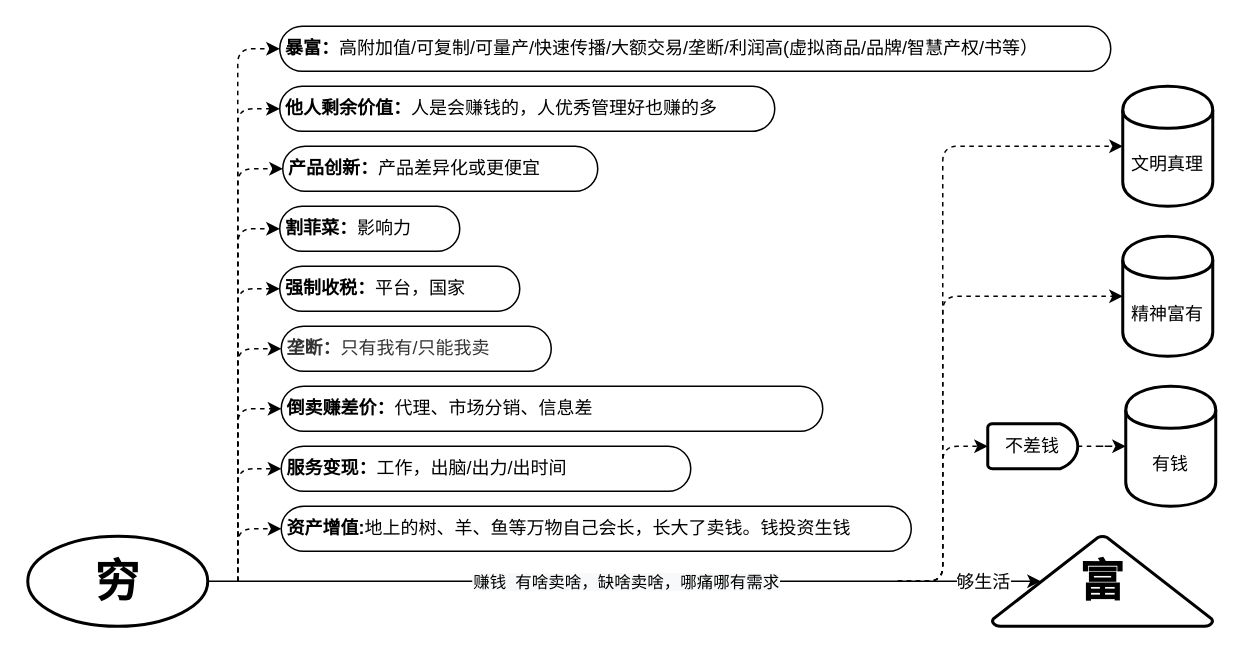
Above: page "第 4 页" (4 of 4) of 未命名绘图.drawio in chenhaothink/Test (draw.io), before the change. Source tidied: cells renumbered, new cells numbered last; positions are measured from the earlier drawing's top-left corner, leaving out a move shared by most shapes. Both pictures are drawn from the tidied source at 150%, with x=0, y=0 at pixel (27, 26).
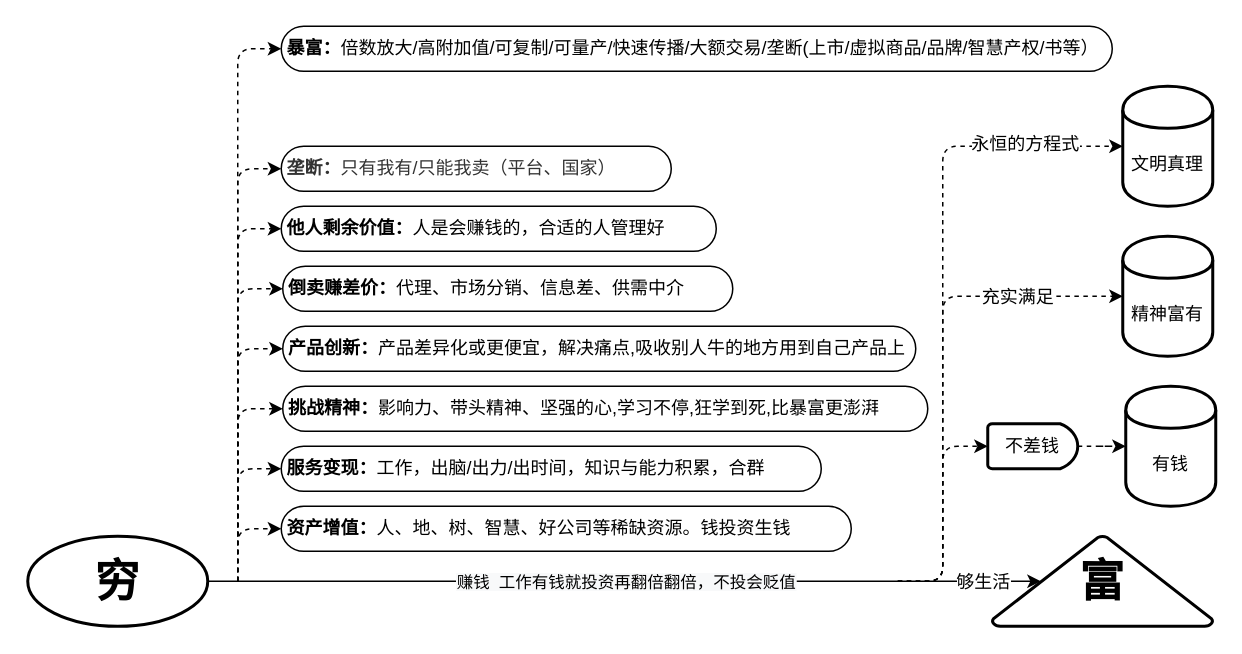
Above is the later version.

Commit message:
更新未命名绘图.drawio

The change refers to these unchanged cells:
```xml
<mxCell id="3" style="endArrow=classic;html=1;entryX=0.22;entryY=0.5;entryDx=0;entryDy=0;entryPerimeter=0;" parent="1" edge="1" target="6">
  <mxGeometry relative="1" as="geometry">
    <mxPoint x="120" y="370" as="sourcePoint" />
    <Array as="points">
      <mxPoint x="402" y="370" />
    </Array>
  </mxGeometry>
</mxCell>
<mxCell id="12" style="edgeStyle=elbowEdgeStyle;elbow=horizontal;endArrow=classic;html=1;fontSize=30;dashed=1;entryX=0;entryY=0.5;entryDx=0;entryDy=0;" parent="1" edge="1" target="11">
  <mxGeometry relative="1" as="geometry">
    <mxPoint x="580" y="370" as="sourcePoint" />
    <Array as="points">
      <mxPoint x="610" y="280" />
      <mxPoint x="620" y="180" />
    </Array>
  </mxGeometry>
</mxCell>
<mxCell id="17" style="edgeStyle=elbowEdgeStyle;elbow=horizontal;endArrow=classic;html=1;fontSize=30;dashed=1;entryX=0;entryY=0.5;entryDx=0;entryDy=0;" parent="1" edge="1" target="13">
  <mxGeometry relative="1" as="geometry">
    <mxPoint x="580" y="370" as="sourcePoint" />
    <Array as="points">
      <mxPoint x="610" y="220" />
      <mxPoint x="610" y="280" />
      <mxPoint x="620" y="180" />
    </Array>
  </mxGeometry>
</mxCell>
```

The edit, as a diff of the source:
```diff
@@
-    <mxCell id="4" value="&lt;span style=&quot;background-color: rgb(248 , 249 , 250)&quot;&gt;赚钱&amp;nbsp; 有啥卖啥，缺啥卖啥，哪痛哪有需求&lt;/span&gt;" style="edgeLabel;html=1;align=center;verticalAlign=middle;" parent="3" vertex="1">
+    <mxCell id="4" value="&lt;span style=&quot;background-color: rgb(248 , 249 , 250)&quot;&gt;赚钱&amp;nbsp; 工作有钱就投资再&lt;/span&gt;&lt;span style=&quot;background-color: rgb(248 , 249 , 250)&quot;&gt;翻倍&lt;/span&gt;&lt;span style=&quot;background-color: rgb(248 , 249 , 250)&quot;&gt;翻倍，不投会贬值&lt;/span&gt;" style="edgeLabel;html=1;align=center;verticalAlign=middle;" parent="3" vertex="1">
       <mxGeometry relative="1" as="geometry" />
     </mxCell>
@@
+    <mxCell id="33" value="充实满足" style="edgeLabel;html=1;align=center;verticalAlign=middle;fontSize=12;" parent="12" vertex="1">
+      <mxGeometry x="0.58" relative="1" as="geometry" />
+    </mxCell>
@@
-    <mxCell id="14" value="&lt;div&gt;&lt;font style=&quot;font-size: 12px&quot;&gt;&lt;font color=&quot;#333333&quot; face=&quot;arial, sans-serif&quot;&gt;&lt;b&gt;垄断：&lt;/b&gt;只有我有/只能我卖&lt;/font&gt;&lt;/font&gt;&lt;/div&gt;" style="whiteSpace=wrap;html=1;rounded=1;arcSize=50;align=left;verticalAlign=middle;strokeWidth=1;spacing=4;newEdgeStyle={&quot;edgeStyle&quot;:&quot;entityRelationEdgeStyle&quot;,&quot;startArrow&quot;:&quot;none&quot;,&quot;endArrow&quot;:&quot;none&quot;,&quot;segment&quot;:10,&quot;curved&quot;:1};fontSize=12;" parent="1" vertex="1" collapsed="1">
-      <mxGeometry x="169" y="200" width="180" height="30" as="geometry" />
+    <mxCell id="14" value="&lt;div&gt;&lt;font style=&quot;font-size: 12px&quot;&gt;&lt;font color=&quot;#333333&quot; face=&quot;arial, sans-serif&quot;&gt;&lt;b&gt;垄断：&lt;/b&gt;只有我有/只能我卖（平台、国家）&lt;/font&gt;&lt;/font&gt;&lt;/div&gt;" style="whiteSpace=wrap;html=1;rounded=1;arcSize=50;align=left;verticalAlign=middle;strokeWidth=1;spacing=4;newEdgeStyle={&quot;edgeStyle&quot;:&quot;entityRelationEdgeStyle&quot;,&quot;startArrow&quot;:&quot;none&quot;,&quot;endArrow&quot;:&quot;none&quot;,&quot;segment&quot;:10,&quot;curved&quot;:1};fontSize=12;" parent="1" vertex="1" collapsed="1">
+      <mxGeometry x="169" y="80" width="260" height="30" as="geometry" />
     </mxCell>
-    <mxCell id="15" value="&lt;b&gt;资产增值:&lt;/b&gt;地上的树、羊、鱼等万物自己会长，长大了卖钱。钱投资生钱" style="whiteSpace=wrap;html=1;rounded=1;arcSize=50;align=left;verticalAlign=middle;strokeWidth=1;spacing=4;newEdgeStyle={&quot;edgeStyle&quot;:&quot;entityRelationEdgeStyle&quot;,&quot;startArrow&quot;:&quot;none&quot;,&quot;endArrow&quot;:&quot;none&quot;,&quot;segment&quot;:10,&quot;curved&quot;:1};fontSize=12;" parent="1" vertex="1">
-      <mxGeometry x="169" y="320" width="420" height="30" as="geometry" />
+    <mxCell id="15" value="&lt;b&gt;资产增值&lt;/b&gt;&lt;b&gt;：&lt;/b&gt;人、地、树、智慧、好公司等稀缺资源。钱投资生钱" style="whiteSpace=wrap;html=1;rounded=1;arcSize=50;align=left;verticalAlign=middle;strokeWidth=1;spacing=4;newEdgeStyle={&quot;edgeStyle&quot;:&quot;entityRelationEdgeStyle&quot;,&quot;startArrow&quot;:&quot;none&quot;,&quot;endArrow&quot;:&quot;none&quot;,&quot;segment&quot;:10,&quot;curved&quot;:1};fontSize=12;" parent="1" vertex="1">
+      <mxGeometry x="169" y="320" width="380" height="30" as="geometry" />
     </mxCell>
-    <mxCell id="16" value="&lt;b&gt;强制收税：&lt;/b&gt;平台，国家" style="whiteSpace=wrap;html=1;rounded=1;arcSize=50;align=left;verticalAlign=middle;strokeWidth=1;spacing=4;newEdgeStyle={&quot;edgeStyle&quot;:&quot;entityRelationEdgeStyle&quot;,&quot;startArrow&quot;:&quot;none&quot;,&quot;endArrow&quot;:&quot;none&quot;,&quot;segment&quot;:10,&quot;curved&quot;:1};fontSize=12;" parent="1" vertex="1">
-      <mxGeometry x="168" y="160" width="160" height="30" as="geometry" />
-    </mxCell>
@@
+    <mxCell id="34" value="永恒的方程式" style="edgeLabel;html=1;align=center;verticalAlign=middle;fontSize=12;" parent="17" vertex="1">
+      <mxGeometry x="0.7" y="2" relative="1" as="geometry" />
+    </mxCell>
-    <mxCell id="18" value="&lt;b&gt;服务变现：&lt;/b&gt;工作，出脑/出力/出时间" style="whiteSpace=wrap;html=1;rounded=1;arcSize=50;align=left;verticalAlign=middle;strokeWidth=1;spacing=4;newEdgeStyle={&quot;edgeStyle&quot;:&quot;entityRelationEdgeStyle&quot;,&quot;startArrow&quot;:&quot;none&quot;,&quot;endArrow&quot;:&quot;none&quot;,&quot;segment&quot;:10,&quot;curved&quot;:1};fontSize=12;" parent="1" vertex="1">
-      <mxGeometry x="169" y="280" width="273" height="30" as="geometry" />
+    <mxCell id="18" value="&lt;b&gt;服务变现：&lt;/b&gt;工作，出脑/出力/出时间，知识与能力积累，合群" style="whiteSpace=wrap;html=1;rounded=1;arcSize=50;align=left;verticalAlign=middle;strokeWidth=1;spacing=4;newEdgeStyle={&quot;edgeStyle&quot;:&quot;entityRelationEdgeStyle&quot;,&quot;startArrow&quot;:&quot;none&quot;,&quot;endArrow&quot;:&quot;none&quot;,&quot;segment&quot;:10,&quot;curved&quot;:1};fontSize=12;" parent="1" vertex="1">
+      <mxGeometry x="169" y="280" width="360" height="30" as="geometry" />
     </mxCell>
-    <mxCell id="19" value="&lt;b&gt;倒卖赚差价：&lt;/b&gt;代理、市场分销、信息差" style="whiteSpace=wrap;html=1;rounded=1;arcSize=50;align=left;verticalAlign=middle;strokeWidth=1;spacing=4;newEdgeStyle={&quot;edgeStyle&quot;:&quot;entityRelationEdgeStyle&quot;,&quot;startArrow&quot;:&quot;none&quot;,&quot;endArrow&quot;:&quot;none&quot;,&quot;segment&quot;:10,&quot;curved&quot;:1};fontSize=12;" parent="1" vertex="1">
-      <mxGeometry x="169" y="240" width="361" height="30" as="geometry" />
+    <mxCell id="19" value="&lt;b&gt;倒卖赚差价：&lt;/b&gt;代理、市场分销、信息差、供需中介" style="whiteSpace=wrap;html=1;rounded=1;arcSize=50;align=left;verticalAlign=middle;strokeWidth=1;spacing=4;newEdgeStyle={&quot;edgeStyle&quot;:&quot;entityRelationEdgeStyle&quot;,&quot;startArrow&quot;:&quot;none&quot;,&quot;endArrow&quot;:&quot;none&quot;,&quot;segment&quot;:10,&quot;curved&quot;:1};fontSize=12;" parent="1" vertex="1">
+      <mxGeometry x="170" y="160" width="300" height="30" as="geometry" />
     </mxCell>
@@
-    <mxCell id="23" style="edgeStyle=elbowEdgeStyle;elbow=horizontal;endArrow=classic;html=1;dashed=1;fontSize=12;entryX=0;entryY=0.5;entryDx=0;entryDy=0;" parent="1" edge="1" target="16">
-      <mxGeometry relative="1" as="geometry">
-        <mxPoint x="140" y="370" as="sourcePoint" />
-        <Array as="points">
-          <mxPoint x="140" y="160" />
-          <mxPoint x="140" y="200" />
-          <mxPoint x="140" y="250" />
-          <mxPoint x="140" y="330" />
-          <mxPoint x="140" y="340" />
-        </Array>
-      </mxGeometry>
-    </mxCell>
@@
-    <mxCell id="25" value="&lt;b&gt;割菲菜：&lt;/b&gt;影响力" style="whiteSpace=wrap;html=1;rounded=1;arcSize=50;align=left;verticalAlign=middle;strokeWidth=1;spacing=4;newEdgeStyle={&quot;edgeStyle&quot;:&quot;entityRelationEdgeStyle&quot;,&quot;startArrow&quot;:&quot;none&quot;,&quot;endArrow&quot;:&quot;none&quot;,&quot;segment&quot;:10,&quot;curved&quot;:1};fontSize=12;" parent="1" vertex="1">
-      <mxGeometry x="168" y="120" width="120" height="30" as="geometry" />
+    <mxCell id="25" value="&lt;b&gt;挑战精神：&lt;/b&gt;影响力、带头精神、坚强的心,学习不停,狂学到死,比暴富更澎湃" style="whiteSpace=wrap;html=1;rounded=1;arcSize=50;align=left;verticalAlign=middle;strokeWidth=1;spacing=4;newEdgeStyle={&quot;edgeStyle&quot;:&quot;entityRelationEdgeStyle&quot;,&quot;startArrow&quot;:&quot;none&quot;,&quot;endArrow&quot;:&quot;none&quot;,&quot;segment&quot;:10,&quot;curved&quot;:1};fontSize=12;" parent="1" vertex="1">
+      <mxGeometry x="170" y="240" width="430" height="30" as="geometry" />
     </mxCell>
@@
-    <mxCell id="27" value="&lt;b&gt;产品创新：&lt;/b&gt;产品差异化或更便宜" style="whiteSpace=wrap;html=1;rounded=1;arcSize=50;align=left;verticalAlign=middle;strokeWidth=1;spacing=4;newEdgeStyle={&quot;edgeStyle&quot;:&quot;entityRelationEdgeStyle&quot;,&quot;startArrow&quot;:&quot;none&quot;,&quot;endArrow&quot;:&quot;none&quot;,&quot;segment&quot;:10,&quot;curved&quot;:1};fontSize=12;" parent="1" vertex="1">
-      <mxGeometry x="170" y="80" width="210" height="30" as="geometry" />
-    </mxCell>
-    <mxCell id="28" style="edgeStyle=elbowEdgeStyle;elbow=horizontal;endArrow=classic;html=1;dashed=1;fontSize=12;entryX=0;entryY=0.5;entryDx=0;entryDy=0;" parent="1" edge="1" target="27">
-      <mxGeometry relative="1" as="geometry">
-        <mxPoint x="140" y="370" as="sourcePoint" />
-        <Array as="points">
-          <mxPoint x="140" y="70" />
-          <mxPoint x="140" y="250" />
-          <mxPoint x="140" y="200" />
-          <mxPoint x="140" y="250" />
-          <mxPoint x="140" y="330" />
-          <mxPoint x="140" y="340" />
-        </Array>
-      </mxGeometry>
-    </mxCell>
-    <mxCell id="29" value="&lt;b&gt;他人剩余价值：&lt;/b&gt;人是会赚钱的，人优秀管理好也赚的多" style="whiteSpace=wrap;html=1;rounded=1;arcSize=50;align=left;verticalAlign=middle;strokeWidth=1;spacing=4;newEdgeStyle={&quot;edgeStyle&quot;:&quot;entityRelationEdgeStyle&quot;,&quot;startArrow&quot;:&quot;none&quot;,&quot;endArrow&quot;:&quot;none&quot;,&quot;segment&quot;:10,&quot;curved&quot;:1};fontSize=12;" parent="1" vertex="1">
-      <mxGeometry x="168" y="40" width="330" height="30" as="geometry" />
+    <mxCell id="29" value="&lt;b&gt;他人剩余价值：&lt;/b&gt;人是会赚钱的，合适的人管理好" style="whiteSpace=wrap;html=1;rounded=1;arcSize=50;align=left;verticalAlign=middle;strokeWidth=1;spacing=4;newEdgeStyle={&quot;edgeStyle&quot;:&quot;entityRelationEdgeStyle&quot;,&quot;startArrow&quot;:&quot;none&quot;,&quot;endArrow&quot;:&quot;none&quot;,&quot;segment&quot;:10,&quot;curved&quot;:1};fontSize=12;" parent="1" vertex="1">
+      <mxGeometry x="169" y="120" width="290" height="30" as="geometry" />
     </mxCell>
@@
-    <mxCell id="31" value="&lt;b&gt;暴富：&lt;/b&gt;高附加值/可复制/可量产/快速传播/大额交易/垄断/利润高(虚拟商品/品牌/智慧产权/书等）" style="whiteSpace=wrap;html=1;rounded=1;arcSize=50;align=left;verticalAlign=middle;strokeWidth=1;spacing=4;newEdgeStyle={&quot;edgeStyle&quot;:&quot;entityRelationEdgeStyle&quot;,&quot;startArrow&quot;:&quot;none&quot;,&quot;endArrow&quot;:&quot;none&quot;,&quot;segment&quot;:10,&quot;curved&quot;:1};fontSize=12;" parent="1" vertex="1">
-      <mxGeometry x="168" width="554" height="30" as="geometry" />
+    <mxCell id="31" value="&lt;b&gt;暴富：&lt;/b&gt;倍数放大/高附加值/可复制/可量产/快速传播/大额交易/垄断(上市/虚拟商品/品牌/智慧产权/书等）" style="whiteSpace=wrap;html=1;rounded=1;arcSize=50;align=left;verticalAlign=middle;strokeWidth=1;spacing=4;newEdgeStyle={&quot;edgeStyle&quot;:&quot;entityRelationEdgeStyle&quot;,&quot;startArrow&quot;:&quot;none&quot;,&quot;endArrow&quot;:&quot;none&quot;,&quot;segment&quot;:10,&quot;curved&quot;:1};fontSize=12;" parent="1" vertex="1">
+      <mxGeometry x="169" width="554" height="30" as="geometry" />
     </mxCell>
@@
+    <mxCell id="35" value="&lt;b&gt;产品创新：&lt;/b&gt;产品差异化或更便宜，解决痛点,吸收别人牛的地方用到自己产品上" style="whiteSpace=wrap;html=1;rounded=1;arcSize=50;align=left;verticalAlign=middle;strokeWidth=1;spacing=4;newEdgeStyle={&quot;edgeStyle&quot;:&quot;entityRelationEdgeStyle&quot;,&quot;startArrow&quot;:&quot;none&quot;,&quot;endArrow&quot;:&quot;none&quot;,&quot;segment&quot;:10,&quot;curved&quot;:1};fontSize=12;" parent="1" vertex="1">
+      <mxGeometry x="170" y="200" width="422" height="30" as="geometry" />
+    </mxCell>
+    <mxCell id="36" style="edgeStyle=elbowEdgeStyle;elbow=horizontal;endArrow=classic;html=1;dashed=1;fontSize=12;entryX=0;entryY=0.5;entryDx=0;entryDy=0;" parent="1" edge="1" target="35">
+      <mxGeometry relative="1" as="geometry">
+        <mxPoint x="140" y="340" as="sourcePoint" />
+        <Array as="points">
+          <mxPoint x="140" y="180" />
+          <mxPoint x="140" y="40" />
+          <mxPoint x="140" y="220" />
+          <mxPoint x="140" y="170" />
+          <mxPoint x="140" y="220" />
+          <mxPoint x="140" y="300" />
+          <mxPoint x="140" y="310" />
+        </Array>
+      </mxGeometry>
+    </mxCell>
```
